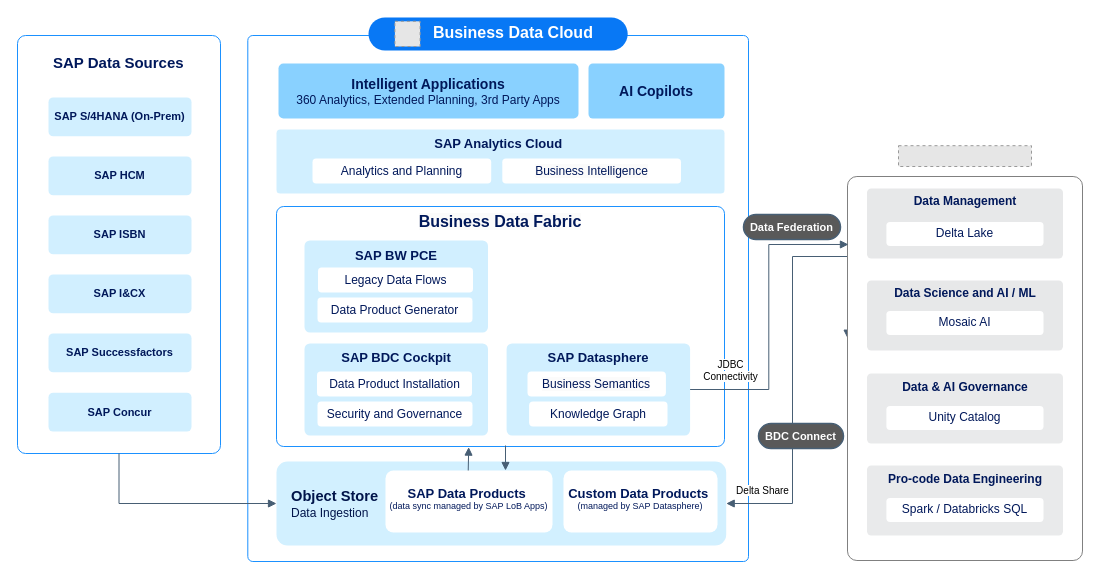
This is Ypsomed_BDC.drawio from andremaron/SAP_public, a draw.io file, before an edit. Source tidied: cells renumbered, new cells numbered last; positions are measured from the earlier drawing's top-left corner, leaving out a move shared by most shapes. Both pictures are drawn from the tidied source at 100%, with x=0, y=0 at pixel (17, 17). Pictures stored in the file or linked from it are replaced by grey dashed boxes.
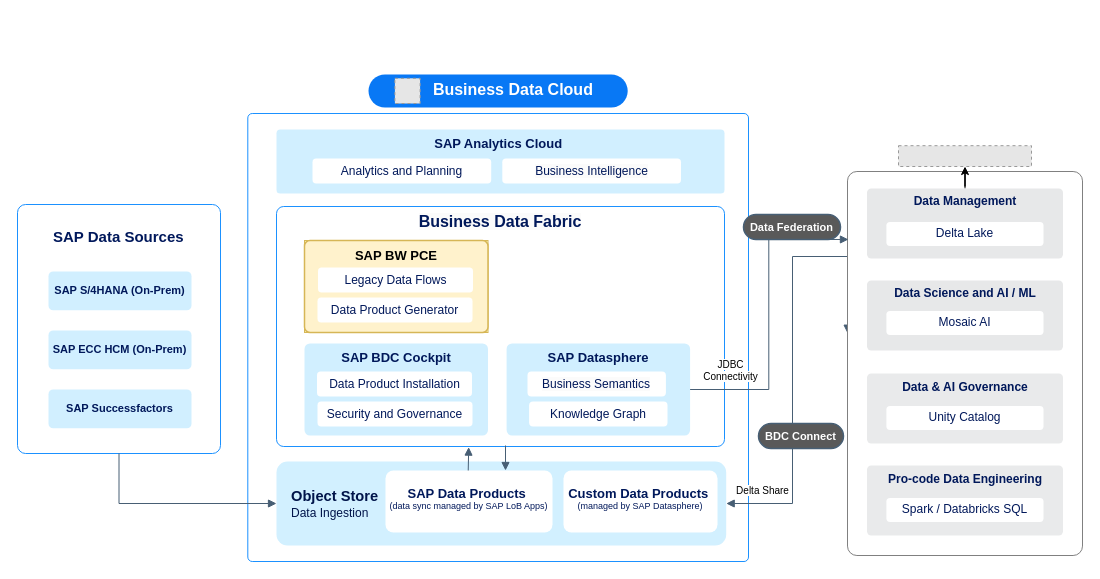
The same diagram, later.

The change refers to these unchanged cells:
```xml
<mxCell id="38" style="fillColor=#E6E6E6;strokeColor=#999999;dashed=1;verticalLabelPosition=bottom;labelBackgroundColor=default;verticalAlign=top;" parent="1" vertex="1">
  <mxGeometry x="881" y="128.2" width="133" height="20.8" as="geometry" />
</mxCell>
<mxCell id="44" value="&lt;div style=&quot;line-height: 240%;&quot;&gt;Data Management&lt;/div&gt;" style="rounded=1;whiteSpace=wrap;html=1;strokeColor=none;strokeWidth=1.5;fillColor=#E7E8E9;align=center;verticalAlign=top;fontStyle=1;fontSize=12;fontFamily=Arial;fontColor=#00185A;spacing=0;spacingTop=-6;arcSize=6;flipV=0;flipH=0;gradientColor=none;" parent="1" vertex="1">
  <mxGeometry x="849.5" y="171" width="196" height="70" as="geometry" />
</mxCell>
```

Change to the diagram source:
```diff
@@
     <mxCell id="2" value="&lt;p style=&quot;margin-top: 6pt ; margin-bottom: 0pt ; margin-left: 0in ; direction: ltr ; unicode-bidi: embed ; vertical-align: baseline ; word-break: normal ; font-size: 14px&quot;&gt;&lt;br&gt;&lt;/p&gt;" style="rounded=1;whiteSpace=wrap;html=1;align=center;fontStyle=1;verticalAlign=middle;strokeColor=light-dark(#1b91ff, #6a6a6a);fillColor=default;strokeWidth=1;fontSize=12;fontFamily=Helvetica;fontColor=default;arcSize=1;" parent="1" vertex="1">
-      <mxGeometry x="230.3" y="18" width="500.7" height="526" as="geometry" />
+      <mxGeometry x="230.3" y="96" width="500.7" height="448" as="geometry" />
     </mxCell>
@@
-    <mxCell id="5" value="&lt;p style=&quot;margin-top: 0pt; margin-bottom: 0pt; margin-left: 0in; direction: ltr; unicode-bidi: embed; word-break: normal;&quot;&gt;&lt;span&gt;&lt;b style=&quot;font-family: Helvetica; text-align: left; font-size: 14px;&quot;&gt;Intelligent Applications&lt;/b&gt;&lt;/span&gt;&lt;/p&gt;&lt;p style=&quot;margin-top: 0pt; margin-bottom: 0pt; margin-left: 0in; direction: ltr; unicode-bidi: embed; word-break: normal;&quot;&gt;360 Analytics,&amp;nbsp;&lt;span style=&quot;background-color: transparent;&quot;&gt;Extended Planning,&amp;nbsp;&lt;/span&gt;&lt;span style=&quot;background-color: transparent;&quot;&gt;3rd Party Apps&lt;/span&gt;&lt;/p&gt;" style="rounded=1;whiteSpace=wrap;html=1;fontSize=12;fontFamily=Arial;align=center;verticalAlign=middle;fillColor=light-dark(#89d1ff, #ededed);strokeColor=none;fontColor=#00185A;strokeWidth=1.5;arcSize=9;gradientColor=none;spacing=0;spacingTop=0;" parent="1" vertex="1">
-      <mxGeometry x="261" y="46" width="300" height="55" as="geometry" />
-    </mxCell>
     <mxCell id="6" style="rounded=1;whiteSpace=wrap;html=1;align=center;fontStyle=1;verticalAlign=middle;strokeColor=light-dark(#1b91ff, #6a6a6a);fillColor=default;strokeWidth=1;fontSize=12;fontFamily=Helvetica;fontColor=default;arcSize=4;" parent="1" vertex="1">
-      <mxGeometry y="18" width="203" height="418" as="geometry" />
+      <mxGeometry y="187" width="203" height="249" as="geometry" />
     </mxCell>
     <mxCell id="7" value="&lt;span style=&quot;font-weight: 700;&quot;&gt;SAP Data Sources&lt;/span&gt;" style="text;whiteSpace=wrap;html=1;fillColor=none;fontColor=light-dark(#00185b, #ededed);fontSize=15;" parent="1" vertex="1">
-      <mxGeometry x="34" y="30" width="148" height="27" as="geometry" />
+      <mxGeometry x="34" y="204" width="148" height="27" as="geometry" />
     </mxCell>
@@
-    <mxCell id="9" value="&lt;p style=&quot;margin-top: 0pt; margin-bottom: 0pt; margin-left: 0in; direction: ltr; unicode-bidi: embed; word-break: normal;&quot;&gt;&lt;b style=&quot;font-family: Helvetica; text-align: left;&quot;&gt;AI Copilots&lt;/b&gt;&lt;/p&gt;" style="rounded=1;whiteSpace=wrap;html=1;fontSize=14;fontFamily=Arial;align=center;verticalAlign=middle;fillColor=light-dark(#89d1ff, #ededed);strokeColor=none;fontColor=#00185A;strokeWidth=1.5;arcSize=8;gradientColor=none;spacing=0;spacingTop=0;" parent="1" vertex="1">
-      <mxGeometry x="571" y="46" width="136" height="55" as="geometry" />
-    </mxCell>
     <mxCell id="10" value="&lt;font&gt;&lt;span&gt;SAP&lt;/span&gt;&lt;/font&gt;&lt;font&gt;&lt;span&gt;&amp;nbsp;S/4HANA (On-Prem)&lt;/span&gt;&lt;/font&gt;" style="rounded=1;whiteSpace=wrap;html=1;strokeColor=none;strokeWidth=1.5;fillColor=#D1EFFF;align=center;verticalAlign=middle;fontSize=11;fontFamily=Helvetica;fontColor=light-dark(#00185A,#CCDDFF);arcSize=12;flipV=0;flipH=1;fontStyle=1;gradientColor=none;gradientDirection=south;" parent="1" vertex="1">
-      <mxGeometry x="31" y="80" width="143" height="38.8" as="geometry" />
+      <mxGeometry x="31" y="254" width="143" height="38.8" as="geometry" />
     </mxCell>
-    <mxCell id="11" value="&lt;font&gt;&lt;span&gt;SAP HCM&lt;/span&gt;&lt;/font&gt;" style="rounded=1;whiteSpace=wrap;html=1;strokeColor=none;strokeWidth=1.5;fillColor=#D1EFFF;align=center;verticalAlign=middle;fontSize=11;fontFamily=Helvetica;fontColor=light-dark(#00185A,#CCDDFF);arcSize=12;flipV=0;flipH=1;fontStyle=1;gradientColor=none;gradientDirection=south;" parent="1" vertex="1">
-      <mxGeometry x="31" y="139" width="143" height="38.8" as="geometry" />
+    <mxCell id="11" value="&lt;font&gt;&lt;span&gt;SAP ECC HCM (On-Prem)&lt;/span&gt;&lt;/font&gt;" style="rounded=1;whiteSpace=wrap;html=1;strokeColor=none;strokeWidth=1.5;fillColor=#D1EFFF;align=center;verticalAlign=middle;fontSize=11;fontFamily=Helvetica;fontColor=light-dark(#00185A,#CCDDFF);arcSize=12;flipV=0;flipH=1;fontStyle=1;gradientColor=none;gradientDirection=south;" parent="1" vertex="1">
+      <mxGeometry x="31" y="313" width="143" height="38.8" as="geometry" />
     </mxCell>
-    <mxCell id="12" value="&lt;font&gt;&lt;span&gt;SAP ISBN&lt;/span&gt;&lt;/font&gt;" style="rounded=1;whiteSpace=wrap;html=1;strokeColor=none;strokeWidth=1.5;fillColor=#D1EFFF;align=center;verticalAlign=middle;fontSize=11;fontFamily=Helvetica;fontColor=light-dark(#00185A,#CCDDFF);arcSize=12;flipV=0;flipH=1;fontStyle=1;gradientColor=none;gradientDirection=south;" parent="1" vertex="1">
-      <mxGeometry x="31" y="198" width="143" height="38.8" as="geometry" />
+    <mxCell id="12" value="SAP Successfactors" style="rounded=1;whiteSpace=wrap;html=1;strokeColor=none;strokeWidth=1.5;fillColor=#D1EFFF;align=center;verticalAlign=middle;fontSize=11;fontFamily=Helvetica;fontColor=light-dark(#00185A,#CCDDFF);arcSize=12;flipV=0;flipH=1;fontStyle=1;gradientColor=none;gradientDirection=south;" parent="1" vertex="1">
+      <mxGeometry x="31" y="372" width="143" height="38.8" as="geometry" />
     </mxCell>
-    <mxCell id="13" value="&lt;font&gt;&lt;span&gt;SAP I&amp;amp;CX&lt;/span&gt;&lt;/font&gt;" style="rounded=1;whiteSpace=wrap;html=1;strokeColor=none;strokeWidth=1.5;fillColor=#D1EFFF;align=center;verticalAlign=middle;fontSize=11;fontFamily=Helvetica;fontColor=light-dark(#00185A,#CCDDFF);arcSize=12;flipV=0;flipH=1;fontStyle=1;gradientColor=none;gradientDirection=south;" parent="1" vertex="1">
-      <mxGeometry x="31" y="257" width="143" height="38.8" as="geometry" />
-    </mxCell>
@@
-    <mxCell id="16" style="group;" parent="1" vertex="1">
+    <mxCell id="16" style="group;fillColor=#FFFFCC;strokeColor=#d6b656;" parent="1" vertex="1">
       <mxGeometry x="287" y="223" width="183.5" height="92" as="geometry" />
     </mxCell>
-    <mxCell id="17" value="&lt;p style=&quot;margin-top: 0pt; margin-bottom: 0pt; margin-left: 0in; direction: ltr; unicode-bidi: embed; word-break: normal;&quot;&gt;&lt;/p&gt;&lt;div style=&quot;line-height: 150%;&quot;&gt;&lt;p style=&quot;margin-top: 6.6pt; margin-bottom: 0pt; margin-left: 0in; direction: ltr; unicode-bidi: embed; vertical-align: baseline; word-break: normal;&quot;&gt;&lt;span style=&quot;font-family: &amp;quot;72 Brand Medium&amp;quot;;&quot;&gt;SAP BW PCE&lt;/span&gt;&lt;/p&gt;&lt;/div&gt;&lt;p&gt;&lt;/p&gt;" style="rounded=1;whiteSpace=wrap;html=1;strokeColor=none;strokeWidth=1.5;fillColor=#D1EFFF;align=center;verticalAlign=top;fontStyle=1;fontSize=13;fontFamily=Arial;fontColor=#00185A;spacing=0;spacingTop=-8;arcSize=6;flipV=0;flipH=0;gradientColor=none;" parent="16" vertex="1">
+    <mxCell id="17" value="&lt;p style=&quot;margin-top: 0pt; margin-bottom: 0pt; margin-left: 0in; direction: ltr; unicode-bidi: embed; word-break: normal;&quot;&gt;&lt;/p&gt;&lt;div style=&quot;line-height: 150%;&quot;&gt;&lt;p style=&quot;margin-top: 6.6pt; margin-bottom: 0pt; margin-left: 0in; direction: ltr; unicode-bidi: embed; vertical-align: baseline; word-break: normal;&quot;&gt;&lt;span style=&quot;font-family: &amp;quot;72 Brand Medium&amp;quot;;&quot;&gt;SAP BW PCE&lt;/span&gt;&lt;/p&gt;&lt;/div&gt;&lt;p&gt;&lt;/p&gt;" style="rounded=1;whiteSpace=wrap;html=1;strokeColor=#d6b656;strokeWidth=1.5;fillColor=#fff2cc;align=center;verticalAlign=top;fontStyle=1;fontSize=13;fontFamily=Arial;spacing=0;spacingTop=-8;arcSize=6;flipV=0;flipH=0;" parent="16" vertex="1">
       <mxGeometry width="183.5" height="92" as="geometry" />
     </mxCell>
@@
-    <mxCell id="28" value="&lt;font&gt;&lt;span&gt;SAP Successfactors&lt;/span&gt;&lt;/font&gt;" style="rounded=1;whiteSpace=wrap;html=1;strokeColor=none;strokeWidth=1.5;fillColor=#D1EFFF;align=center;verticalAlign=middle;fontSize=11;fontFamily=Helvetica;fontColor=light-dark(#00185A,#CCDDFF);arcSize=12;flipV=0;flipH=1;fontStyle=1;gradientColor=none;gradientDirection=south;" parent="1" vertex="1">
-      <mxGeometry x="31" y="316" width="143" height="38.8" as="geometry" />
-    </mxCell>
-    <mxCell id="29" value="&lt;font&gt;&lt;span&gt;SAP Concur&lt;/span&gt;&lt;/font&gt;" style="rounded=1;whiteSpace=wrap;html=1;strokeColor=none;strokeWidth=1.5;fillColor=#D1EFFF;align=center;verticalAlign=middle;fontSize=11;fontFamily=Helvetica;fontColor=light-dark(#00185A,#CCDDFF);arcSize=12;flipV=0;flipH=1;fontStyle=1;gradientColor=none;gradientDirection=south;" parent="1" vertex="1">
-      <mxGeometry x="31" y="375.2" width="143" height="38.8" as="geometry" />
-    </mxCell>
     <mxCell id="30" style="group;" parent="1" vertex="1">
-      <mxGeometry x="351" width="259.2" height="33" as="geometry" />
+      <mxGeometry x="351" y="57" width="259.2" height="33" as="geometry" />
     </mxCell>
@@
     <mxCell id="37" value="&lt;p style=&quot;margin-top: 6pt ; margin-bottom: 0pt ; margin-left: 0in ; direction: ltr ; unicode-bidi: embed ; vertical-align: baseline ; word-break: normal ; font-size: 14px&quot;&gt;&lt;br&gt;&lt;/p&gt;" style="rounded=1;whiteSpace=wrap;html=1;align=center;fontStyle=1;verticalAlign=middle;strokeColor=light-dark(#808080,#8EA2B5);fillColor=default;strokeWidth=1;fontSize=12;fontFamily=Helvetica;fontColor=default;arcSize=4;" parent="1" vertex="1">
-      <mxGeometry x="830" y="159" width="235" height="384" as="geometry" />
+      <mxGeometry x="830" y="154" width="235" height="384" as="geometry" />
     </mxCell>
@@
+    <mxCell id="55" style="edgeStyle=orthogonalEdgeStyle;rounded=0;jettySize=auto;html=1;" parent="1" edge="1" source="44" target="38">
+      <mxGeometry relative="1" as="geometry" />
+    </mxCell>
```
